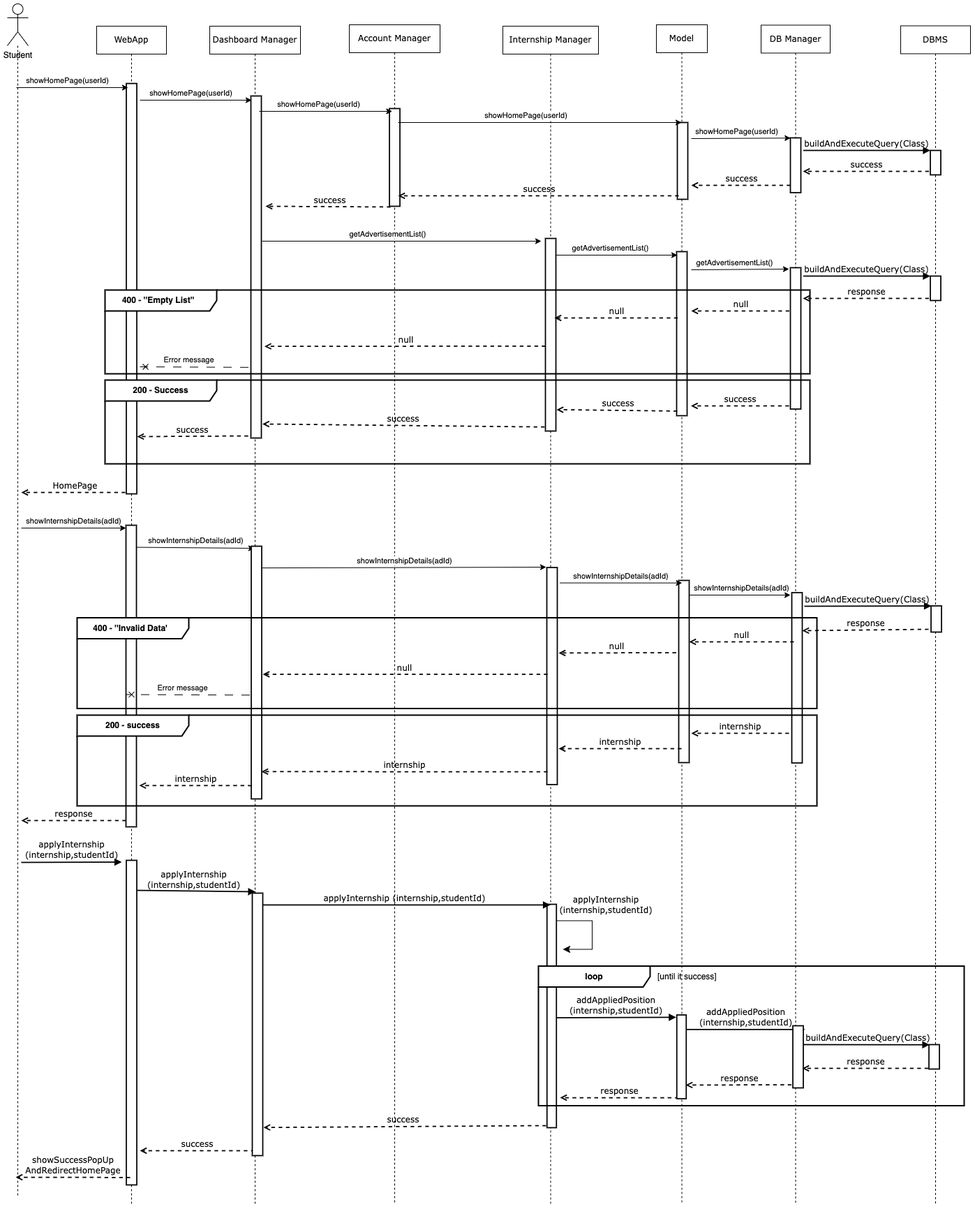
Before: DD_figures/RuntimeView/studentViewInternship.drawio.png, a diagram exported from draw.io (alesalv0/RattiSalvatoreYalcin). Source tidied: cells renumbered, new cells last; positions are measured from the earlier drawing's top-left corner, leaving out a move shared by most shapes.
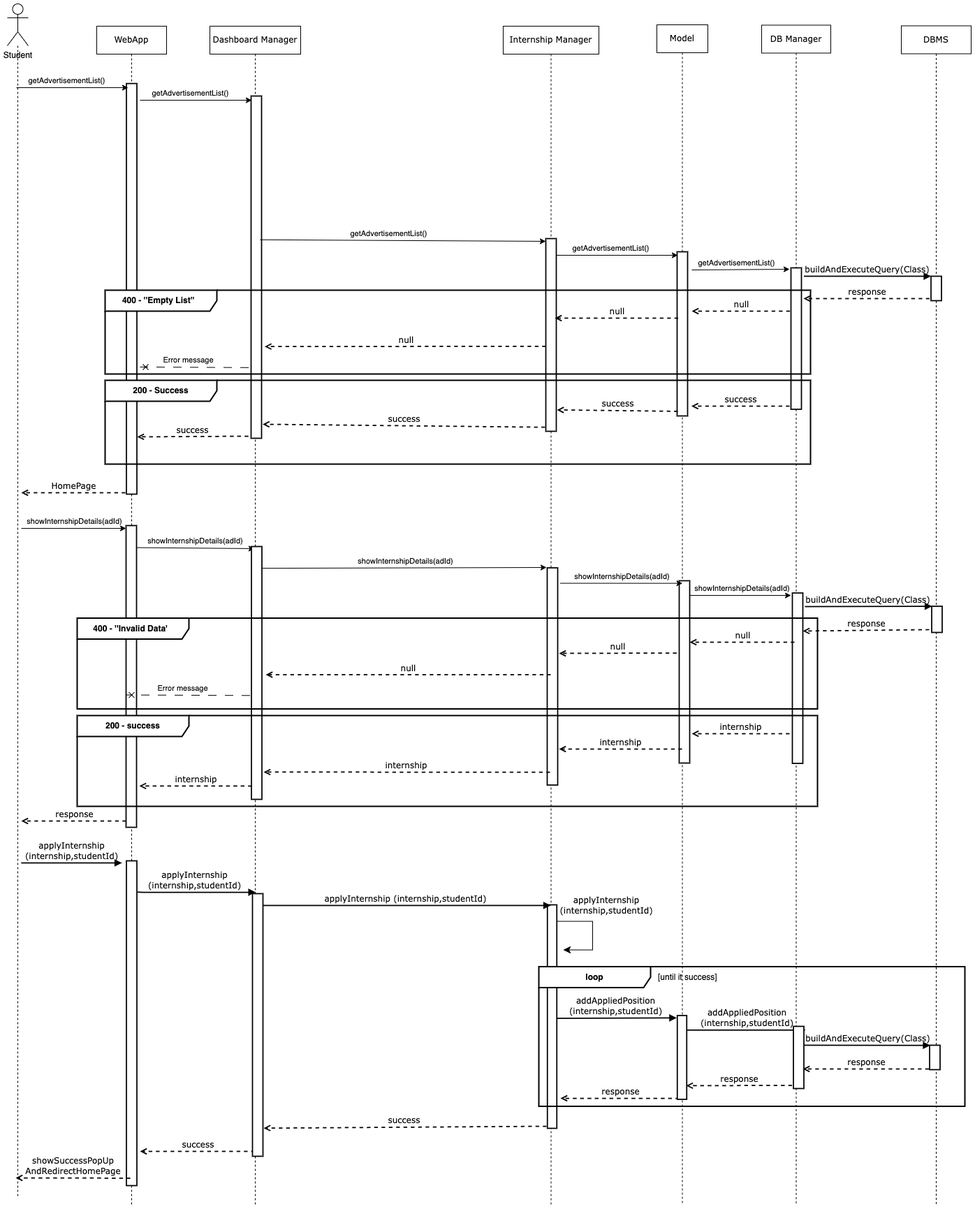
Later version of the same file.

Change to the diagram source:
```diff
@@ -8,18 +8,12 @@
     <mxCell id="3" style="html=1;points=[];perimeter=orthogonalPerimeter;rounded=0;shadow=0;comic=0;labelBackgroundColor=none;strokeWidth=1.75;fontFamily=Verdana;fontSize=12;align=center;" parent="2" vertex="1">
       <mxGeometry x="59" y="100" width="15" height="490" as="geometry" />
     </mxCell>
-    <mxCell id="4" value="showHomePage(userId)" style="endArrow=classic;html=1;rounded=0;" parent="2" edge="1">
-      <mxGeometry x="-0.09" y="10" relative="1" as="geometry">
+    <mxCell id="4" value="getAdvertisementList()" style="endArrow=classic;html=1;rounded=0;" parent="2" edge="1">
+      <mxGeometry x="-0.1" y="10" relative="1" as="geometry">
         <mxPoint x="-100" y="106" as="sourcePoint" />
         <mxPoint x="60" y="106" as="targetPoint" />
       </mxGeometry>
     </mxCell>
-    <mxCell id="5" value="success" style="html=1;verticalAlign=bottom;endArrow=open;dashed=1;labelBackgroundColor=none;fontFamily=Verdana;fontSize=12;elbow=vertical;strokeWidth=1.75;" parent="2" edge="1">
-      <mxGeometry x="-0.01" relative="1" as="geometry">
-        <mxPoint x="259" y="259" as="sourcePoint" />
-        <mxPoint x="80" y="258" as="targetPoint" />
-      </mxGeometry>
-    </mxCell>
     <mxCell id="6" value="applyInternship&lt;div&gt;(internship,studentId)&lt;/div&gt;" style="html=1;verticalAlign=bottom;endArrow=block;labelBackgroundColor=none;fontFamily=Verdana;fontSize=12;edgeStyle=elbowEdgeStyle;elbow=vertical;strokeWidth=1.75;entryX=0.305;entryY=-0.004;entryDx=0;entryDy=0;entryPerimeter=0;" parent="2" edge="1" target="86">
       <mxGeometry x="-0.01" relative="1" as="geometry">
         <mxPoint x="-106" y="1238" as="sourcePoint" />
@@ -28,9 +22,6 @@
     <mxCell id="7" value="Model" style="shape=umlLifeline;perimeter=lifelinePerimeter;whiteSpace=wrap;html=1;outlineConnect=0;rounded=0;shadow=0;comic=0;labelBackgroundColor=none;strokeWidth=1;fontFamily=Verdana;fontSize=12;align=center;" parent="1" vertex="1">
       <mxGeometry x="930" y="30" width="73" height="1690" as="geometry" />
     </mxCell>
-    <mxCell id="8" style="html=1;perimeter=orthogonalPerimeter;rounded=0;shadow=0;comic=0;labelBackgroundColor=none;strokeWidth=1.75;fontFamily=Verdana;fontSize=12;align=center;" parent="7" vertex="1">
-      <mxGeometry x="30" y="140" width="15" height="110" as="geometry" />
-    </mxCell>
     <mxCell id="9" value="getAdvertisementList()" style="endArrow=classic;html=1;rounded=0;" parent="7" edge="1">
       <mxGeometry x="-0.1" y="10" relative="1" as="geometry">
         <mxPoint x="-146" y="330" as="sourcePoint" />
@@ -43,30 +34,12 @@
     <mxCell id="11" value="DB Manager" style="shape=umlLifeline;perimeter=lifelinePerimeter;whiteSpace=wrap;html=1;rounded=0;shadow=0;comic=0;labelBackgroundColor=none;strokeWidth=1;fontFamily=Verdana;fontSize=12;align=center;" parent="1" vertex="1">
       <mxGeometry x="1080" y="30.5" width="99" height="1689.5" as="geometry" />
     </mxCell>
-    <mxCell id="12" style="html=1;points=[];perimeter=orthogonalPerimeter;rounded=0;shadow=0;comic=0;labelBackgroundColor=none;strokeWidth=1.75;fontFamily=Verdana;fontSize=12;align=center;" parent="11" vertex="1">
-      <mxGeometry x="42" y="161.5" width="15" height="78.5" as="geometry" />
-    </mxCell>
-    <mxCell id="13" value="success" style="html=1;verticalAlign=bottom;endArrow=open;dashed=1;labelBackgroundColor=none;fontFamily=Verdana;fontSize=12;elbow=vertical;strokeWidth=1.75;" parent="11" edge="1">
-      <mxGeometry relative="1" as="geometry">
-        <mxPoint x="42" y="229.5" as="sourcePoint" />
-        <mxPoint x="-100" y="229.5" as="targetPoint" />
-      </mxGeometry>
-    </mxCell>
     <mxCell id="14" style="html=1;perimeter=orthogonalPerimeter;rounded=0;shadow=0;comic=0;labelBackgroundColor=none;strokeWidth=1.75;fontFamily=Verdana;fontSize=12;align=center;" parent="11" vertex="1">
       <mxGeometry x="42" y="347.5" width="15" height="202.5" as="geometry" />
     </mxCell>
     <mxCell id="15" value="DBMS" style="shape=umlLifeline;perimeter=lifelinePerimeter;whiteSpace=wrap;html=1;rounded=0;shadow=0;comic=0;labelBackgroundColor=none;strokeWidth=1;fontFamily=Verdana;fontSize=12;align=center;" parent="1" vertex="1">
       <mxGeometry x="1280" y="31.5" width="100" height="1688.5" as="geometry" />
     </mxCell>
-    <mxCell id="16" style="html=1;perimeter=orthogonalPerimeter;rounded=0;shadow=0;comic=0;labelBackgroundColor=none;strokeWidth=1.75;fontFamily=Verdana;fontSize=12;align=center;" parent="15" vertex="1">
-      <mxGeometry x="42.5" y="178.5" width="15" height="35" as="geometry" />
-    </mxCell>
-    <mxCell id="17" value="buildAndExecuteQuery(Class)" style="html=1;verticalAlign=bottom;endArrow=block;labelBackgroundColor=none;fontFamily=Verdana;fontSize=12;elbow=vertical;strokeWidth=1.75;entryX=0.033;entryY=0.002;entryDx=0;entryDy=0;entryPerimeter=0;" parent="15" edge="1">
-      <mxGeometry x="-0.02" relative="1" as="geometry">
-        <mxPoint x="-139.5" y="178.5" as="sourcePoint" />
-        <mxPoint x="42.5" y="178.5" as="targetPoint" />
-      </mxGeometry>
-    </mxCell>
     <mxCell id="18" style="html=1;perimeter=orthogonalPerimeter;rounded=0;shadow=0;comic=0;labelBackgroundColor=none;strokeWidth=1.75;fontFamily=Verdana;fontSize=12;align=center;" parent="15" vertex="1">
       <mxGeometry x="42.5" y="358.5" width="15" height="35" as="geometry" />
     </mxCell>
@@ -110,52 +83,17 @@
         <mxPoint x="61" y="458.3" as="sourcePoint" />
       </mxGeometry>
     </mxCell>
-    <mxCell id="29" value="Account Manager" style="shape=umlLifeline;perimeter=lifelinePerimeter;whiteSpace=wrap;html=1;rounded=0;shadow=0;comic=0;labelBackgroundColor=none;strokeWidth=1;fontFamily=Verdana;fontSize=12;align=center;" parent="1" vertex="1">
-      <mxGeometry x="490" y="30" width="130" height="1690" as="geometry" />
-    </mxCell>
-    <mxCell id="30" style="html=1;perimeter=orthogonalPerimeter;rounded=0;shadow=0;comic=0;labelBackgroundColor=none;strokeWidth=1.75;fontFamily=Verdana;fontSize=12;align=center;" parent="29" vertex="1">
-      <mxGeometry x="57.5" y="120" width="15" height="140" as="geometry" />
-    </mxCell>
-    <mxCell id="31" value="getAdvertisementList()" style="endArrow=classic;html=1;rounded=0;" parent="29" edge="1">
+    <mxCell id="31" value="getAdvertisementList()" style="endArrow=classic;html=1;rounded=0;exitX=0.867;exitY=0.42;exitDx=0;exitDy=0;exitPerimeter=0;" parent="26" edge="1" source="3">
       <mxGeometry x="-0.1" y="10" relative="1" as="geometry">
-        <mxPoint x="-125" y="310" as="sourcePoint" />
-        <mxPoint x="275" y="310" as="targetPoint" />
+        <mxPoint x="61" y="308" as="targetPoint" />
       </mxGeometry>
     </mxCell>
-    <mxCell id="32" value="showHomePage(userId)" style="endArrow=classic;html=1;rounded=0;" parent="1" edge="1">
+    <mxCell id="32" value="getAdvertisementList()" style="endArrow=classic;html=1;rounded=0;" parent="1" edge="1">
       <mxGeometry x="-0.09" y="10" relative="1" as="geometry">
         <mxPoint x="13" y="120" as="sourcePoint" />
         <mxPoint x="173" y="120" as="targetPoint" />
       </mxGeometry>
     </mxCell>
-    <mxCell id="33" value="showHomePage(userId)" style="endArrow=classic;html=1;rounded=0;" parent="1" edge="1">
-      <mxGeometry x="-0.1" y="10" relative="1" as="geometry">
-        <mxPoint x="361" y="154" as="sourcePoint" />
-        <mxPoint x="551.5" y="154" as="targetPoint" />
-      </mxGeometry>
-    </mxCell>
-    <mxCell id="34" value="showHomePage(userId)" style="endArrow=classic;html=1;rounded=0;" parent="1" edge="1" target="7">
-      <mxGeometry x="-0.1" y="10" relative="1" as="geometry">
-        <mxPoint x="560" y="170" as="sourcePoint" />
-      </mxGeometry>
-    </mxCell>
-    <mxCell id="35" value="showHomePage(userId)" style="endArrow=classic;html=1;rounded=0;entryX=0.018;entryY=0.004;entryDx=0;entryDy=0;entryPerimeter=0;" parent="1" edge="1" target="12">
-      <mxGeometry x="-0.09" y="10" relative="1" as="geometry">
-        <mxPoint x="980" y="193" as="sourcePoint" />
-      </mxGeometry>
-    </mxCell>
-    <mxCell id="36" value="success" style="html=1;verticalAlign=bottom;endArrow=open;dashed=1;labelBackgroundColor=none;fontFamily=Verdana;fontSize=12;elbow=vertical;strokeWidth=1.75;" parent="1" edge="1">
-      <mxGeometry x="-0.01" relative="1" as="geometry">
-        <mxPoint x="1320.5" y="240" as="sourcePoint" />
-        <mxPoint x="1140" y="240" as="targetPoint" />
-      </mxGeometry>
-    </mxCell>
-    <mxCell id="37" value="success" style="html=1;verticalAlign=bottom;endArrow=open;dashed=1;labelBackgroundColor=none;fontFamily=Verdana;fontSize=12;elbow=vertical;strokeWidth=1.75;" parent="1" edge="1">
-      <mxGeometry x="-0.01" relative="1" as="geometry">
-        <mxPoint x="962" y="275" as="sourcePoint" />
-        <mxPoint x="560" y="275" as="targetPoint" />
-      </mxGeometry>
-    </mxCell>
     <mxCell id="38" value="getAdvertisementList()" style="endArrow=classic;html=1;rounded=0;" parent="1" edge="1">
       <mxGeometry x="-0.1" y="10" relative="1" as="geometry">
         <mxPoint x="980" y="381" as="sourcePoint" />
@@ -317,8 +255,8 @@
         <mxPoint x="1142" y="863" as="sourcePoint" />
       </mxGeometry>
     </mxCell>
-    <mxCell id="73" value="showInternshipDetails(adId)" style="endArrow=classic;html=1;rounded=0;exitX=0.973;exitY=0.086;exitDx=0;exitDy=0;exitPerimeter=0;" parent="1" edge="1" source="51">
-      <mxGeometry y="10" relative="1" as="geometry">
+    <mxCell id="73" value="showInternshipDetails(adId)" style="endArrow=classic;html=1;rounded=0;exitX=0.967;exitY=0.086;exitDx=0;exitDy=0;exitPerimeter=0;" parent="1" edge="1" source="51">
+      <mxGeometry x="0.01" y="10" relative="1" as="geometry">
         <mxPoint x="772" y="807" as="targetPoint" />
       </mxGeometry>
     </mxCell>
@@ -334,10 +272,9 @@
         <mxPoint x="690" y="50.5" as="targetPoint" />
       </mxGeometry>
     </mxCell>
-    <mxCell id="77" value="null" style="html=1;verticalAlign=bottom;endArrow=open;dashed=1;labelBackgroundColor=none;fontFamily=Verdana;fontSize=12;elbow=vertical;strokeWidth=1.75;" parent="75" edge="1">
+    <mxCell id="77" value="null" style="html=1;verticalAlign=bottom;endArrow=open;dashed=1;labelBackgroundColor=none;fontFamily=Verdana;fontSize=12;elbow=vertical;strokeWidth=1.75;" parent="75" edge="1" source="26">
       <mxGeometry relative="1" as="geometry">
-        <mxPoint x="674" y="81" as="sourcePoint" />
-        <mxPoint x="266" y="81" as="targetPoint" />
+        <mxPoint x="270" y="81" as="targetPoint" />
       </mxGeometry>
     </mxCell>
     <mxCell id="78" value="Error message" style="endArrow=cross;html=1;rounded=0;dashed=1;dashPattern=12 12;endFill=0;exitX=0.133;exitY=0.239;exitDx=0;exitDy=0;exitPerimeter=0;" parent="75" edge="1">
@@ -407,11 +344,8 @@
         <mxPoint x="1139" y="898" as="targetPoint" />
       </mxGeometry>
     </mxCell>
-    <mxCell id="91" value="internship" style="html=1;verticalAlign=bottom;endArrow=open;dashed=1;labelBackgroundColor=none;fontFamily=Verdana;fontSize=12;elbow=vertical;strokeWidth=1.75;entryX=1.167;entryY=0.892;entryDx=0;entryDy=0;entryPerimeter=0;exitX=0.267;exitY=0.941;exitDx=0;exitDy=0;exitPerimeter=0;" parent="1" edge="1">
-      <mxGeometry relative="1" as="geometry">
-        <mxPoint x="774" y="1100.2" as="sourcePoint" />
-        <mxPoint x="364" y="1099.9" as="targetPoint" />
-      </mxGeometry>
+    <mxCell id="91" value="internship" style="html=1;verticalAlign=bottom;endArrow=open;dashed=1;labelBackgroundColor=none;fontFamily=Verdana;fontSize=12;elbow=vertical;strokeWidth=1.75;entryX=1.167;entryY=0.892;entryDx=0;entryDy=0;entryPerimeter=0;exitX=0.267;exitY=0.941;exitDx=0;exitDy=0;exitPerimeter=0;" parent="1" edge="1" source="71" target="51">
+      <mxGeometry relative="1" as="geometry" />
     </mxCell>
     <mxCell id="92" value="response" style="html=1;verticalAlign=bottom;endArrow=open;dashed=1;labelBackgroundColor=none;fontFamily=Verdana;fontSize=12;elbow=vertical;strokeWidth=1.75;exitX=0.267;exitY=0.941;exitDx=0;exitDy=0;exitPerimeter=0;" parent="1" edge="1">
       <mxGeometry x="-0.01" relative="1" as="geometry">
```
